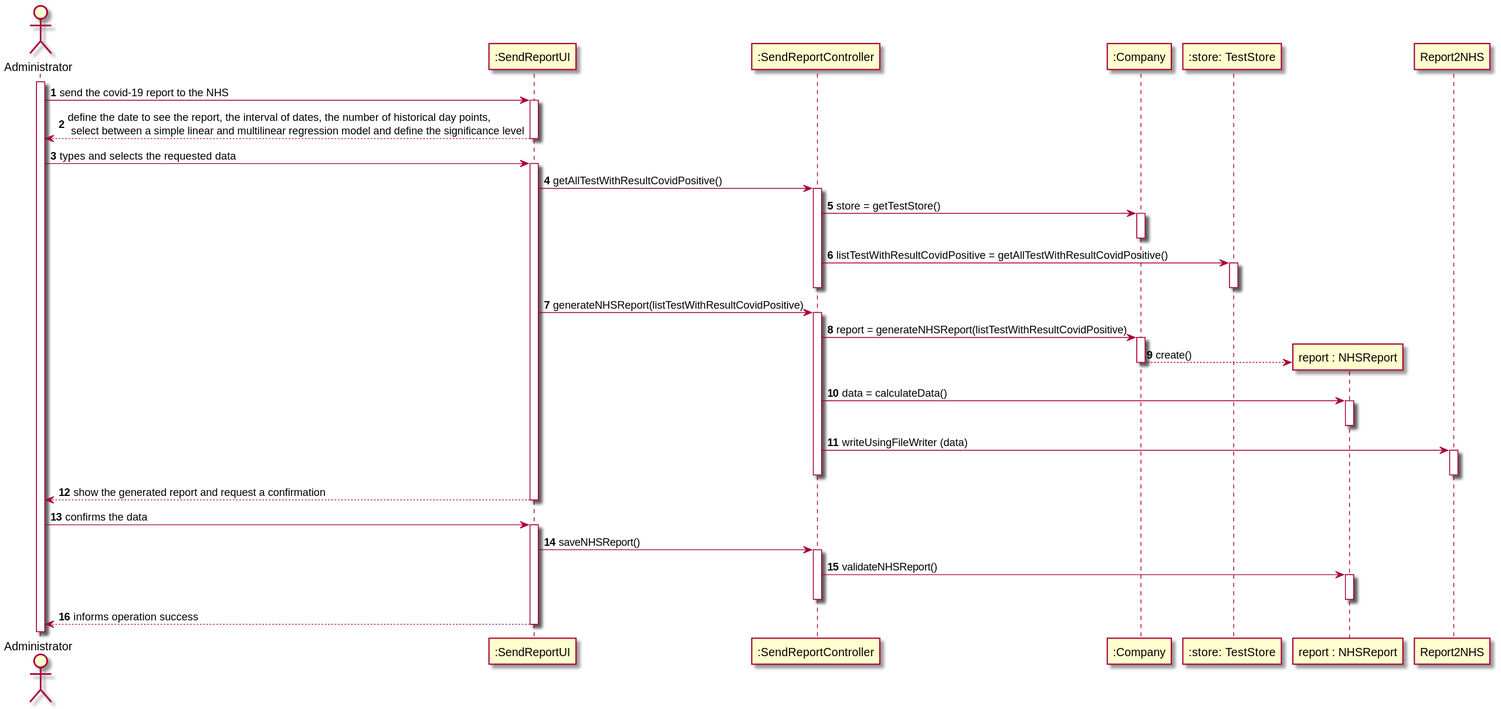
0franciscor/lei-21-s2-1de-g19 keeps this PlantUML diagram as docs/SprintD/US18/US18-SD.svg. Above is the earlier version.
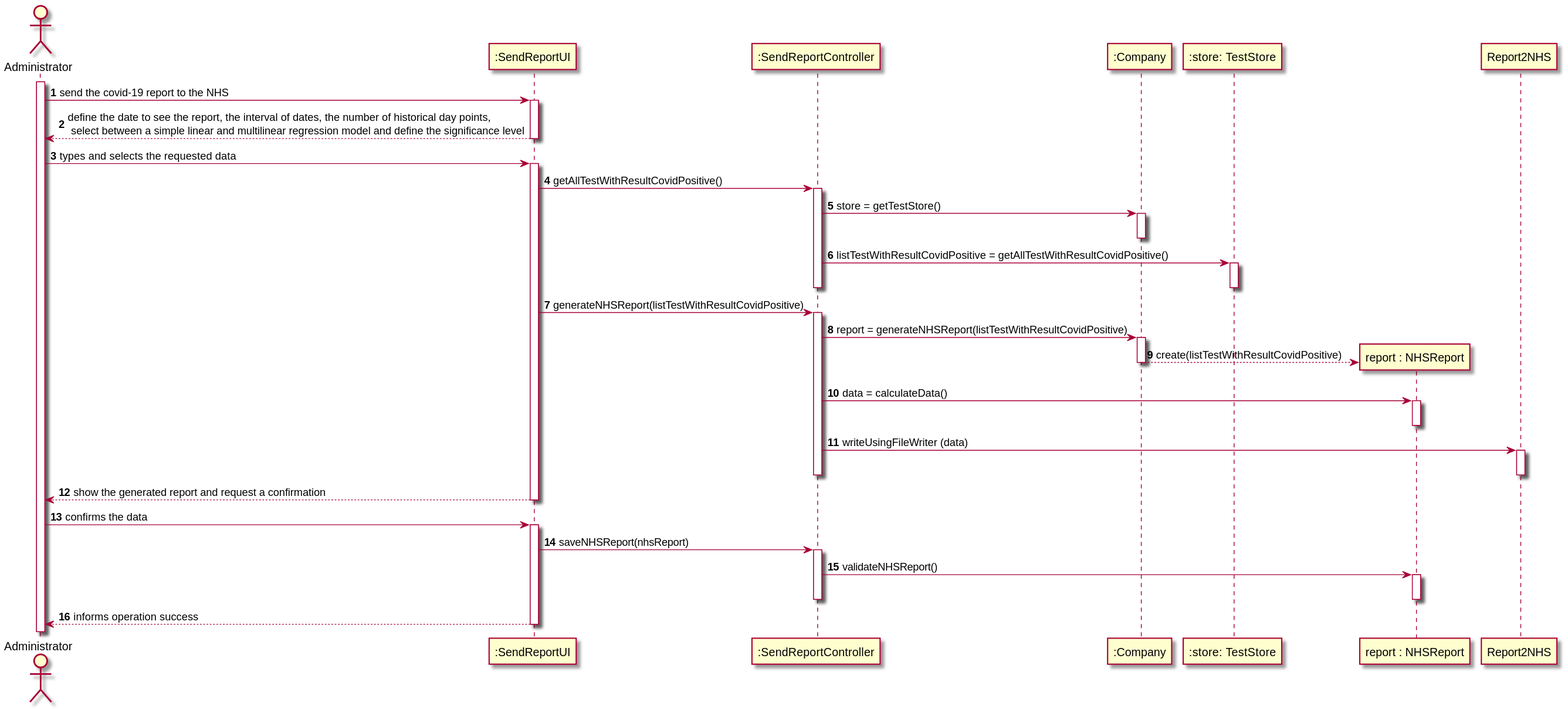
Later version of the same file.

Commit message:
[US18] - Adição de perguntas e clarificações no ponto 1.2

Change to the diagram source:
```diff
@@ -33,7 +33,7 @@
 activate ":Company"
 
 create "report : NHSReport"
-":Company" --> "report : NHSReport" : create()
+":Company" --> "report : NHSReport" : create(listTestWithResultCovidPositive)
 
 deactivate ":Company"
 
@@ -55,7 +55,7 @@
 A -> ":SendReportUI": confirms the data
 activate ":SendReportUI"
 
-":SendReportUI" -> ":SendReportController": saveNHSReport()
+":SendReportUI" -> ":SendReportController": saveNHSReport(nhsReport)
 
 activate ":SendReportController"
 
```
